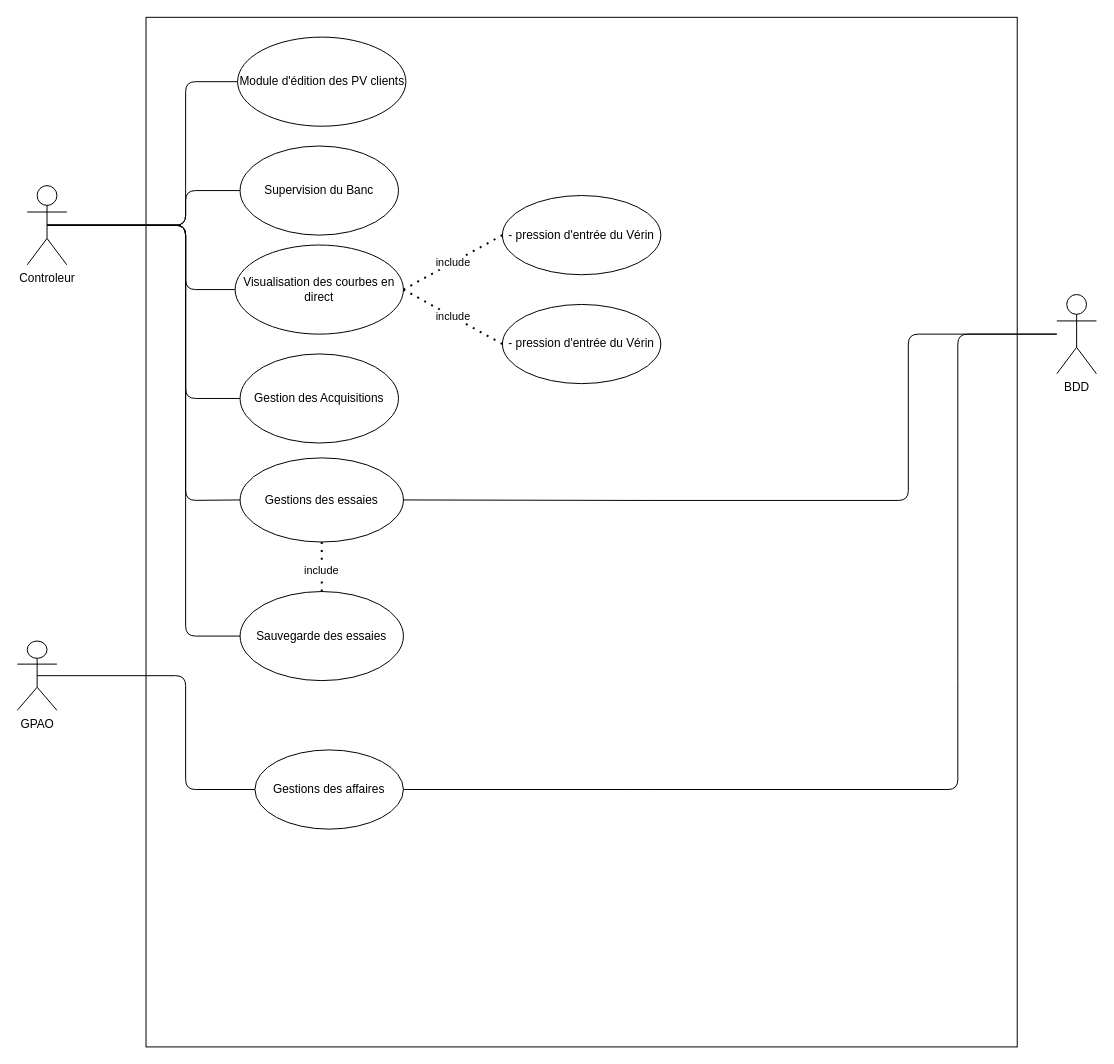
Before: diagrammeDUtilisation.drawio in MRCThomas/testDeVerinSurBancHydraulique, a draw.io diagram. Source tidied: cells renumbered, new cells numbered last; positions are measured from the earlier drawing's top-left corner, leaving out a move shared by most shapes. Both pictures are drawn from the tidied source at 99%, with x=0, y=0 at pixel (17, 17).
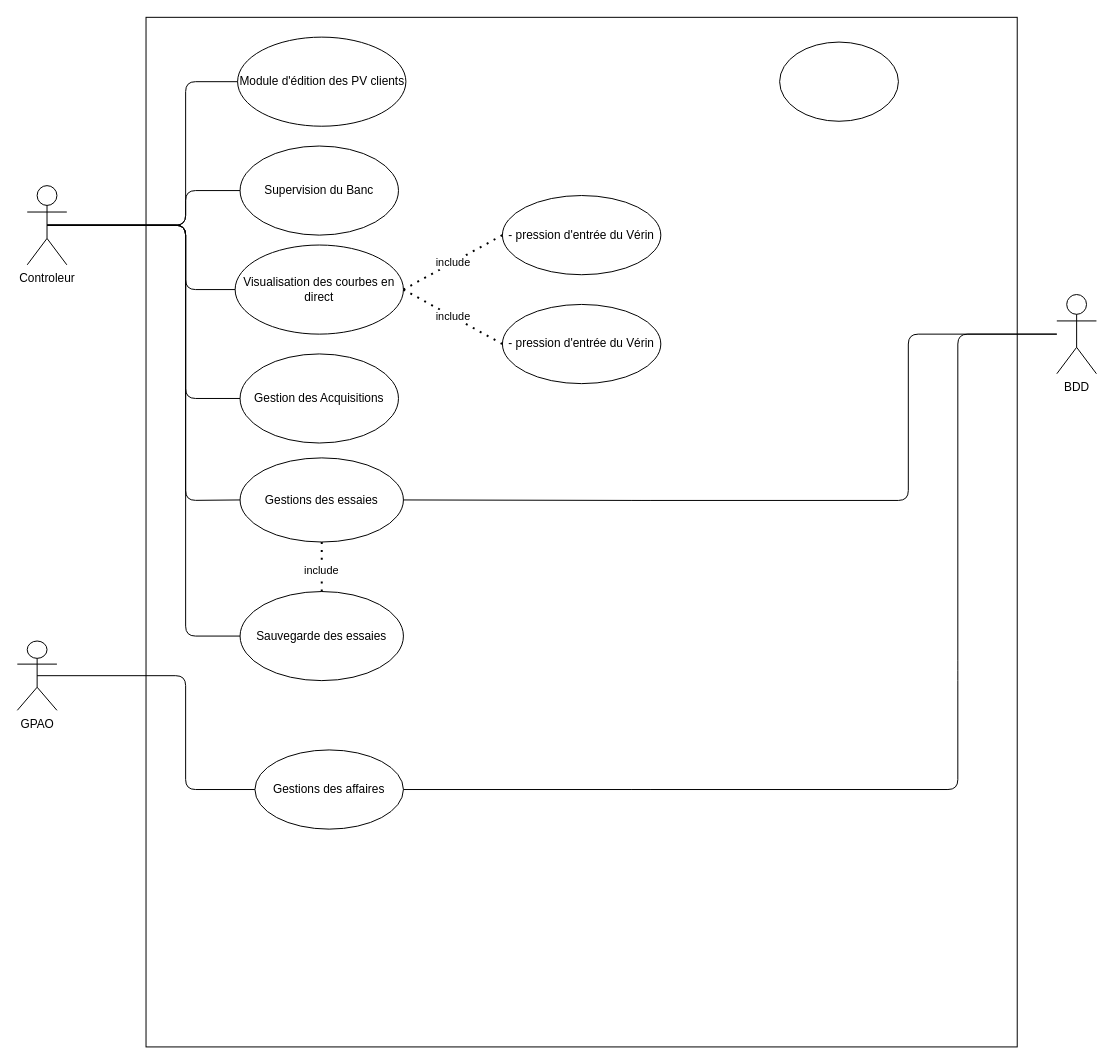
The same diagram, later.

The edit, as a diff of the source:
```diff
@@
+    <mxCell id="28" style="ellipse;whiteSpace=wrap;html=1;" parent="1" vertex="1">
+      <mxGeometry x="770" y="25" width="120" height="80" as="geometry" />
+    </mxCell>
```
